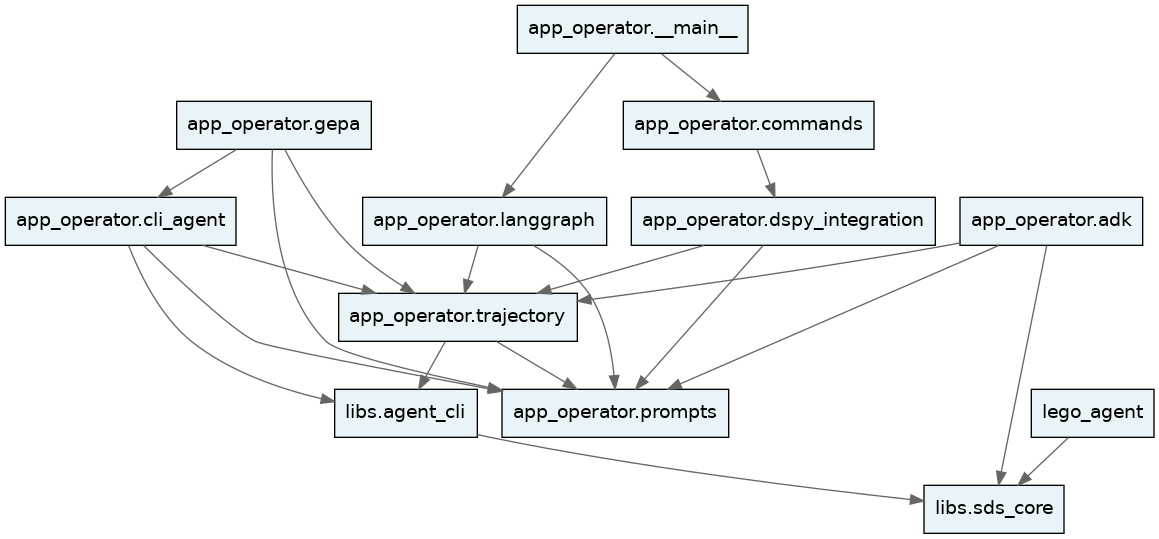
Before: docs/assets/tach_module_graph.png, a diagram exported from Graphviz (uw-syfi/sdo). Its source is kept beside it as docs/assets/tach_module_graph.dot. Source of this version:
```dot
digraph tach_modules {
    rankdir=TB;
    node [shape=box, style=filled, fillcolor="#e8f4f8", fontname="Helvetica"];
    edge [color="#666666"];

    "libs.agent_cli" -> "libs.sds_core";
    "app_operator.trajectory" -> "app_operator.prompts";
    "app_operator.trajectory" -> "libs.agent_cli";
    "app_operator.dspy_integration" -> "app_operator.prompts";
    "app_operator.dspy_integration" -> "app_operator.trajectory";
    "app_operator.cli_agent" -> "app_operator.prompts";
    "app_operator.cli_agent" -> "app_operator.trajectory";
    "app_operator.cli_agent" -> "libs.agent_cli";
    "app_operator.langgraph" -> "app_operator.prompts";
    "app_operator.langgraph" -> "app_operator.trajectory";
    "app_operator.adk" -> "app_operator.prompts";
    "app_operator.adk" -> "app_operator.trajectory";
    "app_operator.adk" -> "libs.sds_core";
    "app_operator.gepa" -> "app_operator.cli_agent";
    "app_operator.gepa" -> "app_operator.prompts";
    "app_operator.gepa" -> "app_operator.trajectory";
    "app_operator.commands" -> "app_operator.dspy_integration";
    "app_operator.__main__" -> "app_operator.commands";
    "app_operator.__main__" -> "app_operator.langgraph";
    "lego_agent" -> "libs.sds_core";
}
```
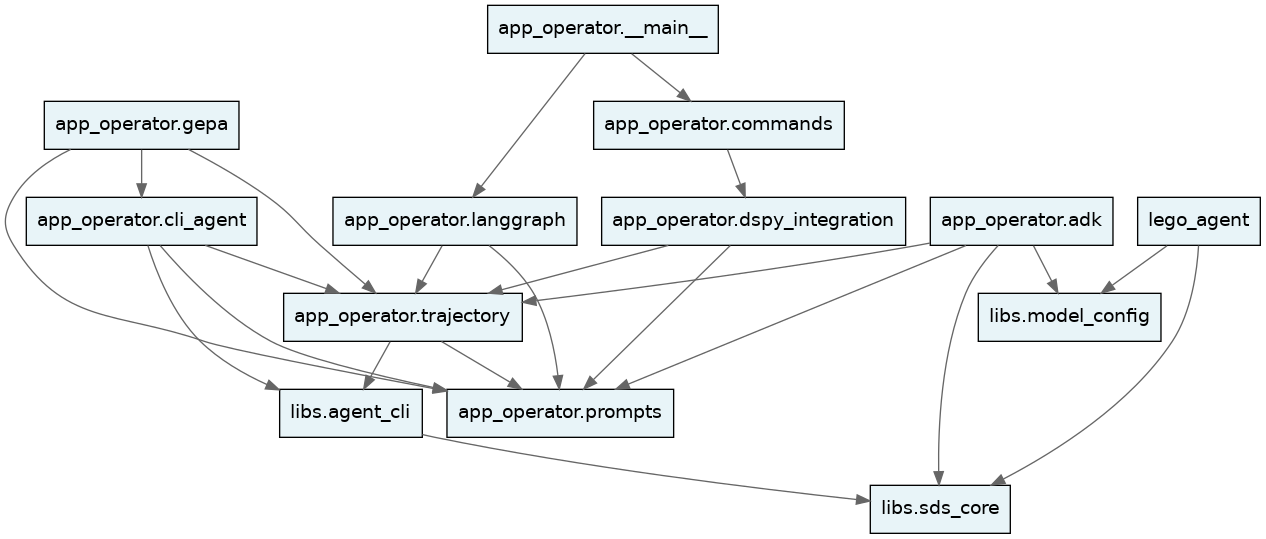
The same file after the commit.

Commit message:
fix: resolve remaining CI failures (static_analysis + tach_graph_freshness)

- Move Agent/RunContext imports into TYPE_CHECKING blocks in all four
  pydantic_ai agent files (analyze, health, repair, script)
- Regenerate docs/assets/tach_module_graph.{dot,png} after tach.toml changes

The edit, as a diff of the source:
```diff
@@ -15,6 +15,7 @@
     "app_operator.langgraph" -> "app_operator.trajectory";
     "app_operator.adk" -> "app_operator.prompts";
     "app_operator.adk" -> "app_operator.trajectory";
+    "app_operator.adk" -> "libs.model_config";
     "app_operator.adk" -> "libs.sds_core";
     "app_operator.gepa" -> "app_operator.cli_agent";
     "app_operator.gepa" -> "app_operator.prompts";
@@ -22,5 +23,6 @@
     "app_operator.commands" -> "app_operator.dspy_integration";
     "app_operator.__main__" -> "app_operator.commands";
     "app_operator.__main__" -> "app_operator.langgraph";
+    "lego_agent" -> "libs.model_config";
     "lego_agent" -> "libs.sds_core";
 }
```
